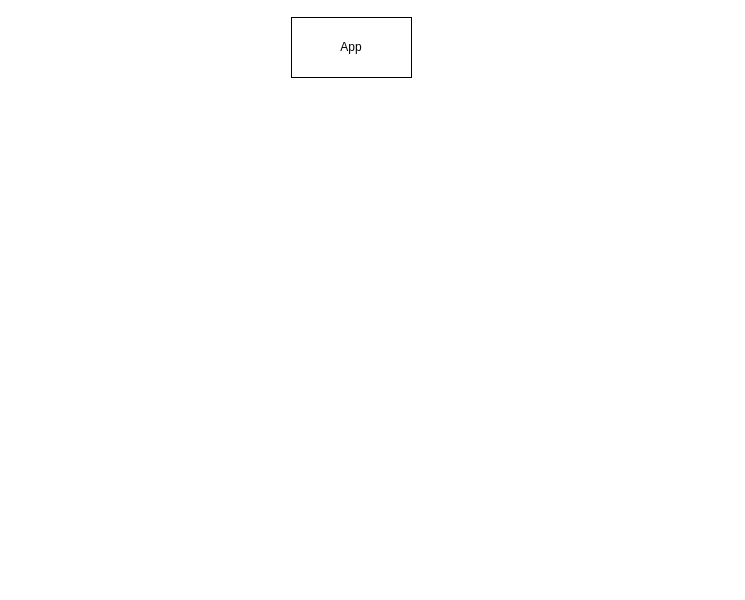
DimaVarek/reflix keeps this draw.io diagram as Диаграмма без названия.drawio. Above is the earlier version. Source tidied: cells renumbered, new cells numbered last; positions are measured from the earlier drawing's top-left corner, leaving out a move shared by most shapes. Both pictures are drawn from the tidied source at 100%, with x=0, y=0 at pixel (291, 17).
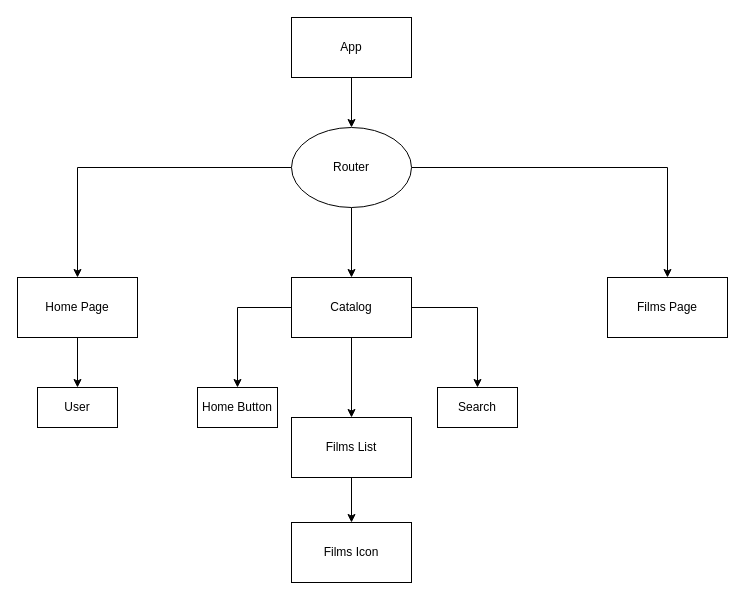
Above is the later version.

The change refers to these unchanged cells:
```xml
<mxCell id="2" value="App" style="rounded=0;whiteSpace=wrap;html=1;" parent="1" vertex="1">
  <mxGeometry width="120" height="60" as="geometry" />
</mxCell>
```

Diff of the diagram source:
```diff
@@
+    <mxCell id="3" style="edgeStyle=orthogonalEdgeStyle;rounded=0;jettySize=auto;html=1;exitX=0.5;exitY=1;exitDx=0;exitDy=0;entryX=0.5;entryY=0;entryDx=0;entryDy=0;" parent="1" edge="1" source="2" target="9">
+      <mxGeometry relative="1" as="geometry" />
+    </mxCell>
@@
+    <mxCell id="4" style="edgeStyle=orthogonalEdgeStyle;rounded=0;jettySize=auto;html=1;exitX=0.5;exitY=1;exitDx=0;exitDy=0;entryX=0.5;entryY=0;entryDx=0;entryDy=0;" parent="1" edge="1" source="5" target="20">
+      <mxGeometry relative="1" as="geometry" />
+    </mxCell>
+    <mxCell id="5" value="Home Page" style="rounded=0;whiteSpace=wrap;html=1;" parent="1" vertex="1">
+      <mxGeometry x="-274" y="260" width="120" height="60" as="geometry" />
+    </mxCell>
+    <mxCell id="6" style="edgeStyle=orthogonalEdgeStyle;rounded=0;jettySize=auto;html=1;" parent="1" edge="1" source="9" target="5">
+      <mxGeometry relative="1" as="geometry" />
+    </mxCell>
+    <mxCell id="7" style="edgeStyle=orthogonalEdgeStyle;rounded=0;jettySize=auto;html=1;" parent="1" edge="1" source="9" target="13">
+      <mxGeometry relative="1" as="geometry" />
+    </mxCell>
+    <mxCell id="8" style="edgeStyle=orthogonalEdgeStyle;rounded=0;jettySize=auto;html=1;exitX=1;exitY=0.5;exitDx=0;exitDy=0;entryX=0.5;entryY=0;entryDx=0;entryDy=0;" parent="1" edge="1" source="9" target="18">
+      <mxGeometry relative="1" as="geometry" />
+    </mxCell>
+    <mxCell id="9" value="Router" style="ellipse;whiteSpace=wrap;html=1;" parent="1" vertex="1">
+      <mxGeometry y="110" width="120" height="80" as="geometry" />
+    </mxCell>
+    <mxCell id="10" style="edgeStyle=orthogonalEdgeStyle;rounded=0;jettySize=auto;html=1;entryX=0.5;entryY=0;entryDx=0;entryDy=0;" parent="1" edge="1" source="13" target="14">
+      <mxGeometry relative="1" as="geometry" />
+    </mxCell>
+    <mxCell id="11" style="edgeStyle=orthogonalEdgeStyle;rounded=0;jettySize=auto;html=1;exitX=0.5;exitY=1;exitDx=0;exitDy=0;entryX=0.5;entryY=0;entryDx=0;entryDy=0;" parent="1" edge="1" source="13" target="16">
+      <mxGeometry relative="1" as="geometry" />
+    </mxCell>
+    <mxCell id="12" style="edgeStyle=orthogonalEdgeStyle;rounded=0;jettySize=auto;html=1;exitX=1;exitY=0.5;exitDx=0;exitDy=0;entryX=0.5;entryY=0;entryDx=0;entryDy=0;" parent="1" edge="1" source="13" target="17">
+      <mxGeometry relative="1" as="geometry" />
+    </mxCell>
+    <mxCell id="13" value="Catalog" style="rounded=0;whiteSpace=wrap;html=1;" parent="1" vertex="1">
+      <mxGeometry y="260" width="120" height="60" as="geometry" />
+    </mxCell>
+    <mxCell id="14" value="Home Button" style="rounded=0;whiteSpace=wrap;html=1;" parent="1" vertex="1">
+      <mxGeometry x="-94" y="370" width="80" height="40" as="geometry" />
+    </mxCell>
+    <mxCell id="15" style="edgeStyle=orthogonalEdgeStyle;rounded=0;jettySize=auto;html=1;exitX=0.5;exitY=1;exitDx=0;exitDy=0;entryX=0.5;entryY=0;entryDx=0;entryDy=0;" parent="1" edge="1" source="16" target="19">
+      <mxGeometry relative="1" as="geometry" />
+    </mxCell>
+    <mxCell id="16" value="Films List" style="rounded=0;whiteSpace=wrap;html=1;" parent="1" vertex="1">
+      <mxGeometry y="400" width="120" height="60" as="geometry" />
+    </mxCell>
+    <mxCell id="17" value="Search" style="rounded=0;whiteSpace=wrap;html=1;" parent="1" vertex="1">
+      <mxGeometry x="146" y="370" width="80" height="40" as="geometry" />
+    </mxCell>
+    <mxCell id="18" value="Films Page" style="rounded=0;whiteSpace=wrap;html=1;" parent="1" vertex="1">
+      <mxGeometry x="316" y="260" width="120" height="60" as="geometry" />
+    </mxCell>
+    <mxCell id="19" value="Films Icon" style="rounded=0;whiteSpace=wrap;html=1;" parent="1" vertex="1">
+      <mxGeometry y="505" width="120" height="60" as="geometry" />
+    </mxCell>
+    <mxCell id="20" value="User" style="rounded=0;whiteSpace=wrap;html=1;" parent="1" vertex="1">
+      <mxGeometry x="-254" y="370" width="80" height="40" as="geometry" />
+    </mxCell>
```
